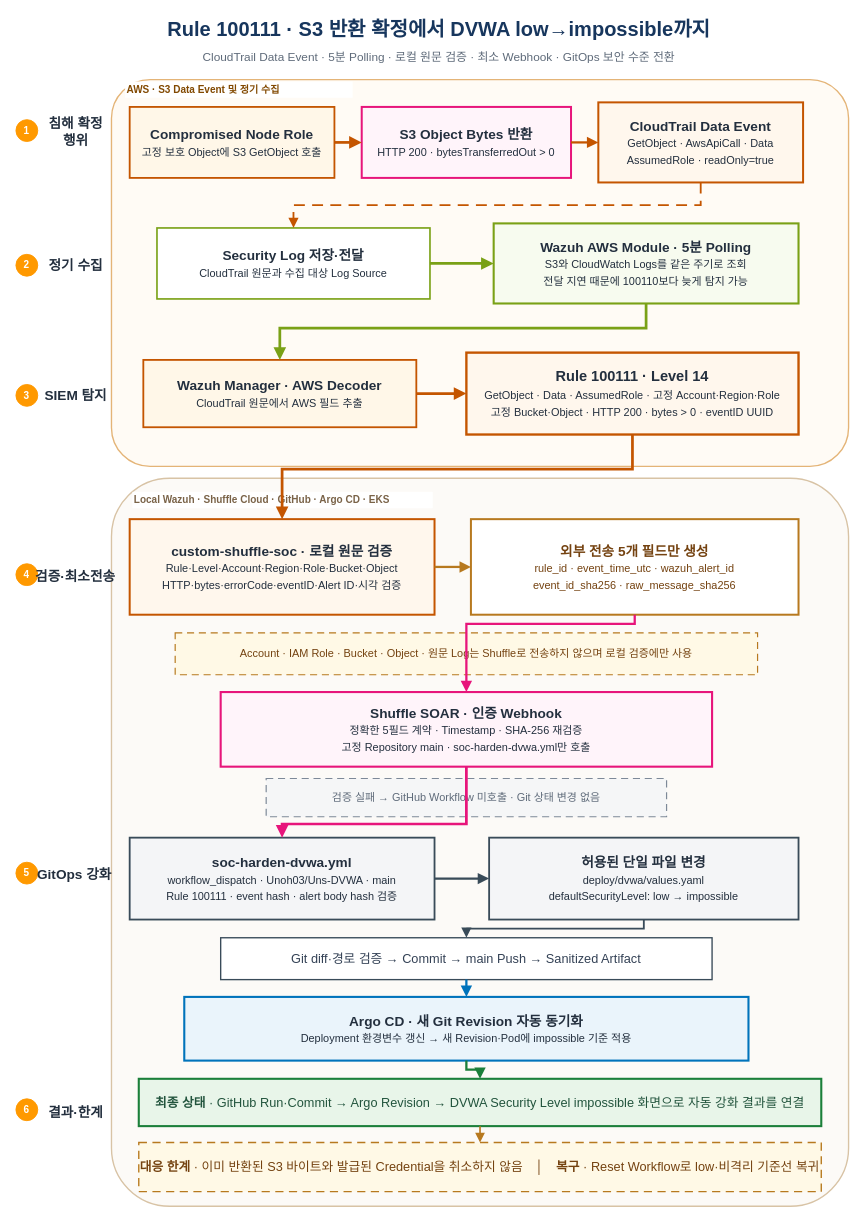
Before: page "4_100111 정기 수집·강화 상세" (4 of 4) of 20_팀 프로젝트/3차 프로젝트/노션_내보낸거/관제 올인원.drawio in Unoh03/Obsi3, a draw.io diagram. Source tidied: cells renumbered, new cells numbered last; positions are measured from the earlier drawing's top-left corner, leaving out a move shared by most shapes. Both pictures are drawn from the tidied source at 91%, with x=0, y=0 at pixel (15, 15).
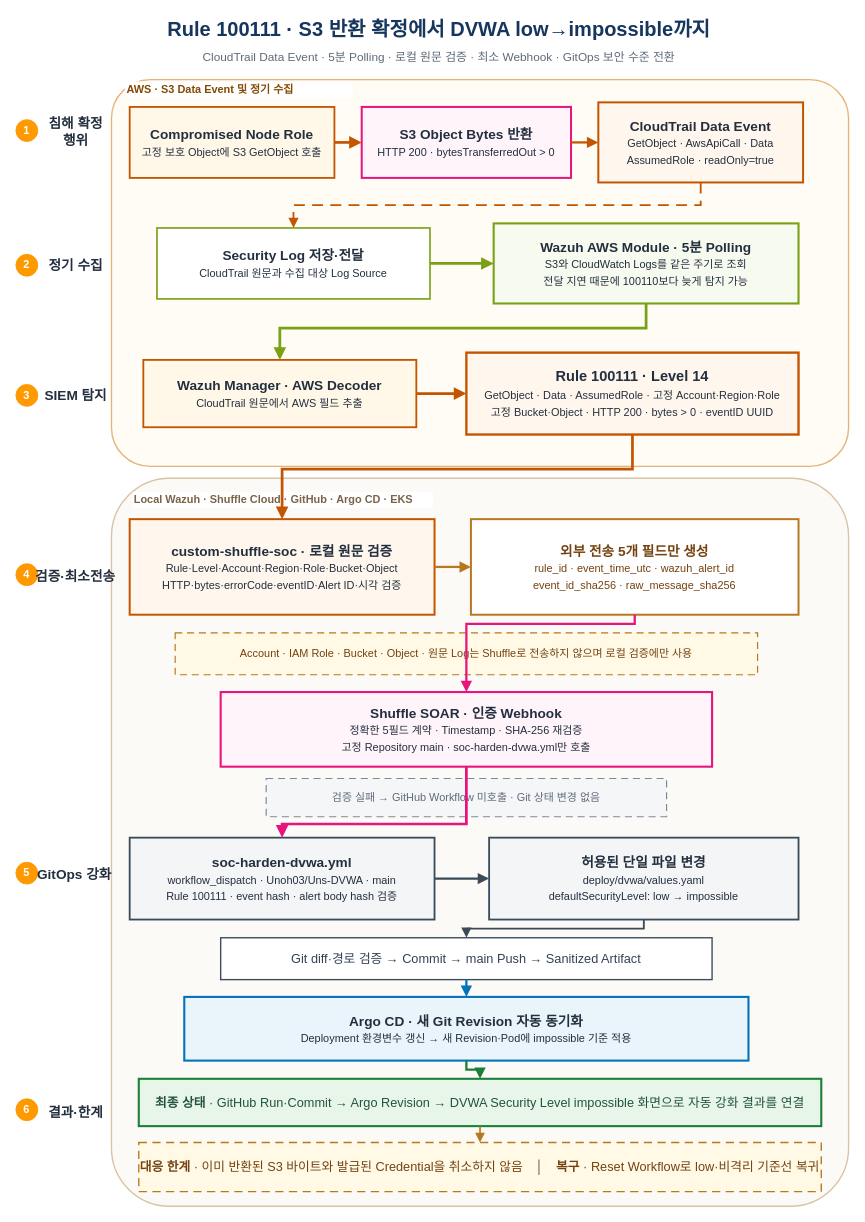
Above is the later version.

Diff of the diagram source:
```diff
@@
-    <mxCell id="5" value="AWS · S3 Data Event 및 정기 수집" style="html=1;whiteSpace=wrap;strokeColor=none;fillColor=#FFFFFF;align=left;verticalAlign=middle;fontColor=#824900;fontSize=11;fontStyle=1;" parent="1" vertex="1">
+    <mxCell id="5" value="AWS · S3 Data Event 및 정기 수집" style="html=1;whiteSpace=wrap;strokeColor=none;fillColor=#FFFFFF;align=left;verticalAlign=middle;fontColor=#824900;fontSize=12;fontStyle=1;" parent="1" vertex="1">
       <mxGeometry x="120" y="72" width="250" height="18" as="geometry" />
     </mxCell>
-    <mxCell id="6" value="1" style="ellipse;whiteSpace=wrap;html=1;fillColor=#FF9900;strokeColor=#FF9900;fontColor=#FFFFFF;fontSize=11;fontStyle=1;" parent="1" vertex="1">
+    <mxCell id="6" value="1" style="ellipse;whiteSpace=wrap;html=1;fillColor=#FF9900;strokeColor=#FF9900;fontColor=#FFFFFF;fontSize=12;fontStyle=1;" parent="1" vertex="1">
       <mxGeometry y="114" width="24" height="24" as="geometry" />
     </mxCell>
@@
-    <mxCell id="11" value="2" style="ellipse;whiteSpace=wrap;html=1;fillColor=#FF9900;strokeColor=#FF9900;fontColor=#FFFFFF;fontSize=11;fontStyle=1;" parent="1" vertex="1">
+    <mxCell id="11" value="2" style="ellipse;whiteSpace=wrap;html=1;fillColor=#FF9900;strokeColor=#FF9900;fontColor=#FFFFFF;fontSize=12;fontStyle=1;" parent="1" vertex="1">
       <mxGeometry y="262" width="24" height="24" as="geometry" />
     </mxCell>
@@
-    <mxCell id="15" value="3" style="ellipse;whiteSpace=wrap;html=1;fillColor=#FF9900;strokeColor=#FF9900;fontColor=#FFFFFF;fontSize=11;fontStyle=1;" parent="1" vertex="1">
+    <mxCell id="15" value="3" style="ellipse;whiteSpace=wrap;html=1;fillColor=#FF9900;strokeColor=#FF9900;fontColor=#FFFFFF;fontSize=12;fontStyle=1;" parent="1" vertex="1">
       <mxGeometry y="405" width="24" height="24" as="geometry" />
     </mxCell>
@@
-    <mxCell id="20" value="Local Wazuh · Shuffle Cloud · GitHub · Argo CD · EKS" style="html=1;whiteSpace=wrap;strokeColor=none;fillColor=#FFFFFF;align=left;verticalAlign=middle;fontColor=#7A6348;fontSize=11;fontStyle=1;" parent="1" vertex="1">
+    <mxCell id="20" value="Local Wazuh · Shuffle Cloud · GitHub · Argo CD · EKS" style="html=1;whiteSpace=wrap;strokeColor=none;fillColor=#FFFFFF;align=left;verticalAlign=middle;fontColor=#7A6348;fontSize=12;fontStyle=1;" parent="1" vertex="1">
       <mxGeometry x="128" y="523" width="330" height="18" as="geometry" />
     </mxCell>
-    <mxCell id="21" value="4" style="ellipse;whiteSpace=wrap;html=1;fillColor=#FF9900;strokeColor=#FF9900;fontColor=#FFFFFF;fontSize=11;fontStyle=1;" parent="1" vertex="1">
+    <mxCell id="21" value="4" style="ellipse;whiteSpace=wrap;html=1;fillColor=#FF9900;strokeColor=#FF9900;fontColor=#FFFFFF;fontSize=12;fontStyle=1;" parent="1" vertex="1">
       <mxGeometry y="602" width="24" height="24" as="geometry" />
     </mxCell>
@@
-    <mxCell id="28" value="5" style="ellipse;whiteSpace=wrap;html=1;fillColor=#FF9900;strokeColor=#FF9900;fontColor=#FFFFFF;fontSize=11;fontStyle=1;" parent="1" vertex="1">
+    <mxCell id="28" value="5" style="ellipse;whiteSpace=wrap;html=1;fillColor=#FF9900;strokeColor=#FF9900;fontColor=#FFFFFF;fontSize=12;fontStyle=1;" parent="1" vertex="1">
       <mxGeometry y="930" width="24" height="24" as="geometry" />
     </mxCell>
@@
-    <mxCell id="34" value="6" style="ellipse;whiteSpace=wrap;html=1;fillColor=#FF9900;strokeColor=#FF9900;fontColor=#FFFFFF;fontSize=11;fontStyle=1;" parent="1" vertex="1">
+    <mxCell id="34" value="6" style="ellipse;whiteSpace=wrap;html=1;fillColor=#FF9900;strokeColor=#FF9900;fontColor=#FFFFFF;fontSize=12;fontStyle=1;" parent="1" vertex="1">
       <mxGeometry y="1190" width="24" height="24" as="geometry" />
     </mxCell>
```
